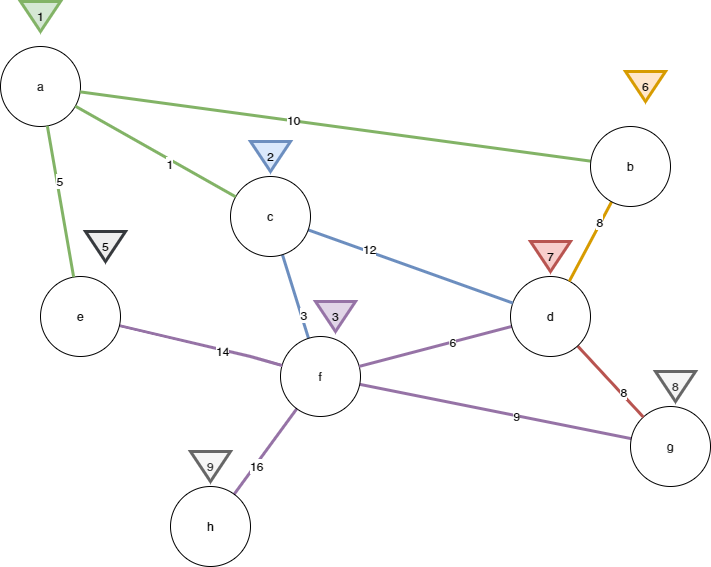
Before: Лекции/2023/5/imgs/Алгоритм Дейкстры.png, a diagram exported from draw.io (MUCTR-IKT-CPP/algorithms-2cpp). Source tidied: cells renumbered, new cells last; positions are measured from the earlier drawing's top-left corner, leaving out a move shared by most shapes. Its diagram source:
```xml
<mxGraphModel>
  <root>
    <mxCell id="0" />
    <mxCell id="1" parent="0" />
    <mxCell id="2" style="edgeStyle=none;rounded=0;jettySize=auto;html=1;endArrow=none;endFill=0;fillColor=#e1d5e7;strokeColor=#9673a6;strokeWidth=3;" parent="1" edge="1" source="8" target="10">
      <mxGeometry relative="1" as="geometry" />
    </mxCell>
    <mxCell id="3" value="16" style="text;html=1;align=center;verticalAlign=middle;labelBackgroundColor=#ffffff;" parent="2" vertex="1">
      <mxGeometry x="0.33" y="2" relative="1" as="geometry">
        <mxPoint x="-1" as="offset" />
      </mxGeometry>
    </mxCell>
    <mxCell id="4" style="edgeStyle=none;rounded=0;jettySize=auto;html=1;endArrow=none;endFill=0;fillColor=#dae8fc;strokeColor=#6c8ebf;strokeWidth=3;" parent="1" edge="1" source="8" target="19">
      <mxGeometry relative="1" as="geometry" />
    </mxCell>
    <mxCell id="5" value="3" style="text;html=1;align=center;verticalAlign=middle;labelBackgroundColor=#ffffff;" parent="4" vertex="1">
      <mxGeometry x="-0.45" y="-2" relative="1" as="geometry" />
    </mxCell>
    <mxCell id="6" style="edgeStyle=none;rounded=0;jettySize=auto;html=1;endArrow=none;endFill=0;fillColor=#e1d5e7;strokeColor=#9673a6;strokeWidth=3;" parent="1" edge="1" source="8" target="9">
      <mxGeometry relative="1" as="geometry" />
    </mxCell>
    <mxCell id="7" value="9" style="text;html=1;align=center;verticalAlign=middle;labelBackgroundColor=#ffffff;" parent="6" vertex="1">
      <mxGeometry x="0.15" relative="1" as="geometry" />
    </mxCell>
    <mxCell id="8" value="f" style="ellipse;whiteSpace=wrap;html=1;" parent="1" vertex="1">
      <mxGeometry x="280" y="340" width="80" height="80" as="geometry" />
    </mxCell>
    <mxCell id="9" value="g" style="ellipse;whiteSpace=wrap;html=1;" parent="1" vertex="1">
      <mxGeometry x="630" y="410" width="80" height="80" as="geometry" />
    </mxCell>
    <mxCell id="10" value="h" style="ellipse;whiteSpace=wrap;html=1;" parent="1" vertex="1">
      <mxGeometry x="170" y="490" width="80" height="80" as="geometry" />
    </mxCell>
    <mxCell id="11" style="edgeStyle=none;rounded=0;jettySize=auto;html=1;endArrow=none;endFill=0;fillColor=#e1d5e7;strokeColor=#9673a6;strokeWidth=3;" parent="1" edge="1" source="15" target="8">
      <mxGeometry relative="1" as="geometry" />
    </mxCell>
    <mxCell id="12" value="6" style="text;html=1;align=center;verticalAlign=middle;labelBackgroundColor=#ffffff;" parent="11" vertex="1">
      <mxGeometry x="-0.21" relative="1" as="geometry" />
    </mxCell>
    <mxCell id="13" style="edgeStyle=none;rounded=0;jettySize=auto;html=1;endArrow=none;endFill=0;fillColor=#f8cecc;strokeColor=#b85450;strokeWidth=3;" parent="1" edge="1" source="15" target="9">
      <mxGeometry relative="1" as="geometry" />
    </mxCell>
    <mxCell id="14" value="8" style="text;html=1;align=center;verticalAlign=middle;labelBackgroundColor=#ffffff;" parent="13" vertex="1">
      <mxGeometry x="0.35" y="2" relative="1" as="geometry" />
    </mxCell>
    <mxCell id="15" value="d" style="ellipse;whiteSpace=wrap;html=1;" parent="1" vertex="1">
      <mxGeometry x="510" y="280" width="80" height="80" as="geometry" />
    </mxCell>
    <mxCell id="16" value="a" style="ellipse;whiteSpace=wrap;html=1;" parent="1" vertex="1">
      <mxGeometry y="50" width="80" height="80" as="geometry" />
    </mxCell>
    <mxCell id="17" style="edgeStyle=none;rounded=0;jettySize=auto;html=1;endArrow=none;endFill=0;fillColor=#dae8fc;strokeColor=#6c8ebf;strokeWidth=3;" parent="1" edge="1" source="19" target="15">
      <mxGeometry relative="1" as="geometry" />
    </mxCell>
    <mxCell id="18" value="12" style="text;html=1;align=center;verticalAlign=middle;labelBackgroundColor=#ffffff;" parent="17" vertex="1">
      <mxGeometry x="-0.41" y="3" relative="1" as="geometry" />
    </mxCell>
    <mxCell id="19" value="c" style="ellipse;whiteSpace=wrap;html=1;" parent="1" vertex="1">
      <mxGeometry x="230" y="180" width="80" height="80" as="geometry" />
    </mxCell>
    <mxCell id="20" style="rounded=0;jettySize=auto;html=1;endArrow=none;endFill=0;fillColor=#e1d5e7;strokeColor=#9673a6;strokeWidth=3;" parent="1" edge="1" source="22" target="8">
      <mxGeometry relative="1" as="geometry">
        <Array as="points">
          <mxPoint x="250" y="360" />
        </Array>
      </mxGeometry>
    </mxCell>
    <mxCell id="21" value="14" style="text;html=1;align=center;verticalAlign=middle;labelBackgroundColor=#ffffff;" parent="20" vertex="1">
      <mxGeometry x="0.61" y="-29" relative="1" as="geometry">
        <mxPoint x="-21" y="-33" as="offset" />
      </mxGeometry>
    </mxCell>
    <mxCell id="22" value="e" style="ellipse;whiteSpace=wrap;html=1;" parent="1" vertex="1">
      <mxGeometry x="40" y="280" width="80" height="80" as="geometry" />
    </mxCell>
    <mxCell id="23" style="edgeStyle=none;rounded=0;jettySize=auto;html=1;endArrow=none;endFill=0;fillColor=#ffe6cc;strokeColor=#d79b00;strokeWidth=3;" parent="1" edge="1" source="27" target="15">
      <mxGeometry relative="1" as="geometry" />
    </mxCell>
    <mxCell id="24" value="8" style="text;html=1;align=center;verticalAlign=middle;labelBackgroundColor=#ffffff;" parent="23" vertex="1">
      <mxGeometry x="-0.46" y="-2" relative="1" as="geometry" />
    </mxCell>
    <mxCell id="25" style="edgeStyle=none;rounded=0;jettySize=auto;html=1;endArrow=none;endFill=0;fillColor=#d5e8d4;strokeColor=#82b366;endSize=6;strokeWidth=3;" parent="1" edge="1" source="27" target="16">
      <mxGeometry relative="1" as="geometry" />
    </mxCell>
    <mxCell id="26" value="10" style="text;html=1;align=center;verticalAlign=middle;labelBackgroundColor=#ffffff;" parent="25" vertex="1">
      <mxGeometry x="0.17" y="-1" relative="1" as="geometry" />
    </mxCell>
    <mxCell id="27" value="b" style="ellipse;whiteSpace=wrap;html=1;" parent="1" vertex="1">
      <mxGeometry x="590" y="130" width="80" height="80" as="geometry" />
    </mxCell>
    <mxCell id="28" style="endArrow=none;html=1;fillColor=#d5e8d4;strokeColor=#82b366;endSize=6;strokeWidth=3;" parent="1" edge="1" source="16" target="19">
      <mxGeometry relative="1" as="geometry" />
    </mxCell>
    <mxCell id="29" value="1" style="text;html=1;align=center;verticalAlign=middle;labelBackgroundColor=#ffffff;" parent="28" vertex="1">
      <mxGeometry x="0.2" y="-4" relative="1" as="geometry" />
    </mxCell>
    <mxCell id="30" style="endArrow=none;html=1;fillColor=#d5e8d4;strokeColor=#82b366;endSize=6;strokeWidth=3;" parent="1" edge="1" source="16" target="22">
      <mxGeometry relative="1" as="geometry" />
    </mxCell>
    <mxCell id="31" value="5" style="text;html=1;align=center;verticalAlign=middle;labelBackgroundColor=#ffffff;" parent="30" vertex="1">
      <mxGeometry x="-0.27" y="2" relative="1" as="geometry" />
    </mxCell>
    <mxCell id="32" value="1" style="triangle;whiteSpace=wrap;html=1;strokeWidth=3;rotation=90;fillColor=#d5e8d4;strokeColor=#82b366;horizontal=0;" parent="1" vertex="1">
      <mxGeometry x="25" width="30" height="40" as="geometry" />
    </mxCell>
    <mxCell id="33" value="2" style="triangle;whiteSpace=wrap;html=1;strokeWidth=3;rotation=90;fillColor=#dae8fc;strokeColor=#6c8ebf;horizontal=0;" parent="1" vertex="1">
      <mxGeometry x="255" y="140" width="30" height="40" as="geometry" />
    </mxCell>
    <mxCell id="34" value="3" style="triangle;whiteSpace=wrap;html=1;strokeWidth=3;rotation=90;fillColor=#e1d5e7;strokeColor=#9673a6;horizontal=0;" parent="1" vertex="1">
      <mxGeometry x="320" y="300" width="30" height="40" as="geometry" />
    </mxCell>
    <mxCell id="35" value="5" style="triangle;whiteSpace=wrap;html=1;strokeWidth=3;rotation=90;fillColor=#eeeeee;strokeColor=#36393d;horizontal=0;" parent="1" vertex="1">
      <mxGeometry x="90" y="230" width="30" height="40" as="geometry" />
    </mxCell>
    <mxCell id="36" value="6" style="triangle;whiteSpace=wrap;html=1;strokeWidth=3;rotation=90;fillColor=#ffe6cc;strokeColor=#d79b00;horizontal=0;" parent="1" vertex="1">
      <mxGeometry x="630" y="70" width="30" height="40" as="geometry" />
    </mxCell>
    <mxCell id="37" value="7" style="triangle;whiteSpace=wrap;html=1;strokeWidth=3;rotation=90;fillColor=#f8cecc;strokeColor=#b85450;horizontal=0;" parent="1" vertex="1">
      <mxGeometry x="535" y="240" width="30" height="40" as="geometry" />
    </mxCell>
    <mxCell id="38" value="8" style="triangle;whiteSpace=wrap;html=1;strokeWidth=3;rotation=90;fillColor=#f5f5f5;strokeColor=#666666;horizontal=0;fontColor=#333333;" parent="1" vertex="1">
      <mxGeometry x="660" y="370" width="30" height="40" as="geometry" />
    </mxCell>
    <mxCell id="39" value="9" style="triangle;whiteSpace=wrap;html=1;strokeWidth=3;rotation=90;fillColor=#f5f5f5;strokeColor=#666666;horizontal=0;fontColor=#333333;" parent="1" vertex="1">
      <mxGeometry x="195" y="450" width="30" height="40" as="geometry" />
    </mxCell>
  </root>
</mxGraphModel>
```
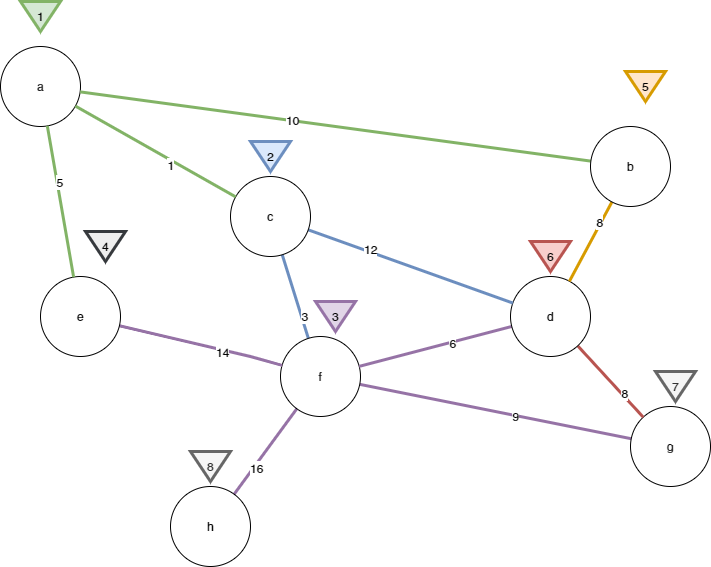
The same file after the commit.

What changed in the source:
```diff
@@ -109,19 +109,19 @@
     <mxCell id="34" value="3" style="triangle;whiteSpace=wrap;html=1;strokeWidth=3;rotation=90;fillColor=#e1d5e7;strokeColor=#9673a6;horizontal=0;" parent="1" vertex="1">
       <mxGeometry x="320" y="300" width="30" height="40" as="geometry" />
     </mxCell>
-    <mxCell id="35" value="5" style="triangle;whiteSpace=wrap;html=1;strokeWidth=3;rotation=90;fillColor=#eeeeee;strokeColor=#36393d;horizontal=0;" parent="1" vertex="1">
+    <mxCell id="35" value="4" style="triangle;whiteSpace=wrap;html=1;strokeWidth=3;rotation=90;fillColor=#eeeeee;strokeColor=#36393d;horizontal=0;" parent="1" vertex="1">
       <mxGeometry x="90" y="230" width="30" height="40" as="geometry" />
     </mxCell>
-    <mxCell id="36" value="6" style="triangle;whiteSpace=wrap;html=1;strokeWidth=3;rotation=90;fillColor=#ffe6cc;strokeColor=#d79b00;horizontal=0;" parent="1" vertex="1">
+    <mxCell id="36" value="5" style="triangle;whiteSpace=wrap;html=1;strokeWidth=3;rotation=90;fillColor=#ffe6cc;strokeColor=#d79b00;horizontal=0;" parent="1" vertex="1">
       <mxGeometry x="630" y="70" width="30" height="40" as="geometry" />
     </mxCell>
-    <mxCell id="37" value="7" style="triangle;whiteSpace=wrap;html=1;strokeWidth=3;rotation=90;fillColor=#f8cecc;strokeColor=#b85450;horizontal=0;" parent="1" vertex="1">
+    <mxCell id="37" value="6" style="triangle;whiteSpace=wrap;html=1;strokeWidth=3;rotation=90;fillColor=#f8cecc;strokeColor=#b85450;horizontal=0;" parent="1" vertex="1">
       <mxGeometry x="535" y="240" width="30" height="40" as="geometry" />
     </mxCell>
-    <mxCell id="38" value="8" style="triangle;whiteSpace=wrap;html=1;strokeWidth=3;rotation=90;fillColor=#f5f5f5;strokeColor=#666666;horizontal=0;fontColor=#333333;" parent="1" vertex="1">
+    <mxCell id="38" value="7" style="triangle;whiteSpace=wrap;html=1;strokeWidth=3;rotation=90;fillColor=#f5f5f5;strokeColor=#666666;horizontal=0;fontColor=#333333;" parent="1" vertex="1">
       <mxGeometry x="660" y="370" width="30" height="40" as="geometry" />
     </mxCell>
-    <mxCell id="39" value="9" style="triangle;whiteSpace=wrap;html=1;strokeWidth=3;rotation=90;fillColor=#f5f5f5;strokeColor=#666666;horizontal=0;fontColor=#333333;" parent="1" vertex="1">
+    <mxCell id="39" value="8" style="triangle;whiteSpace=wrap;html=1;strokeWidth=3;rotation=90;fillColor=#f5f5f5;strokeColor=#666666;horizontal=0;fontColor=#333333;" parent="1" vertex="1">
       <mxGeometry x="195" y="450" width="30" height="40" as="geometry" />
     </mxCell>
   </root>
```
